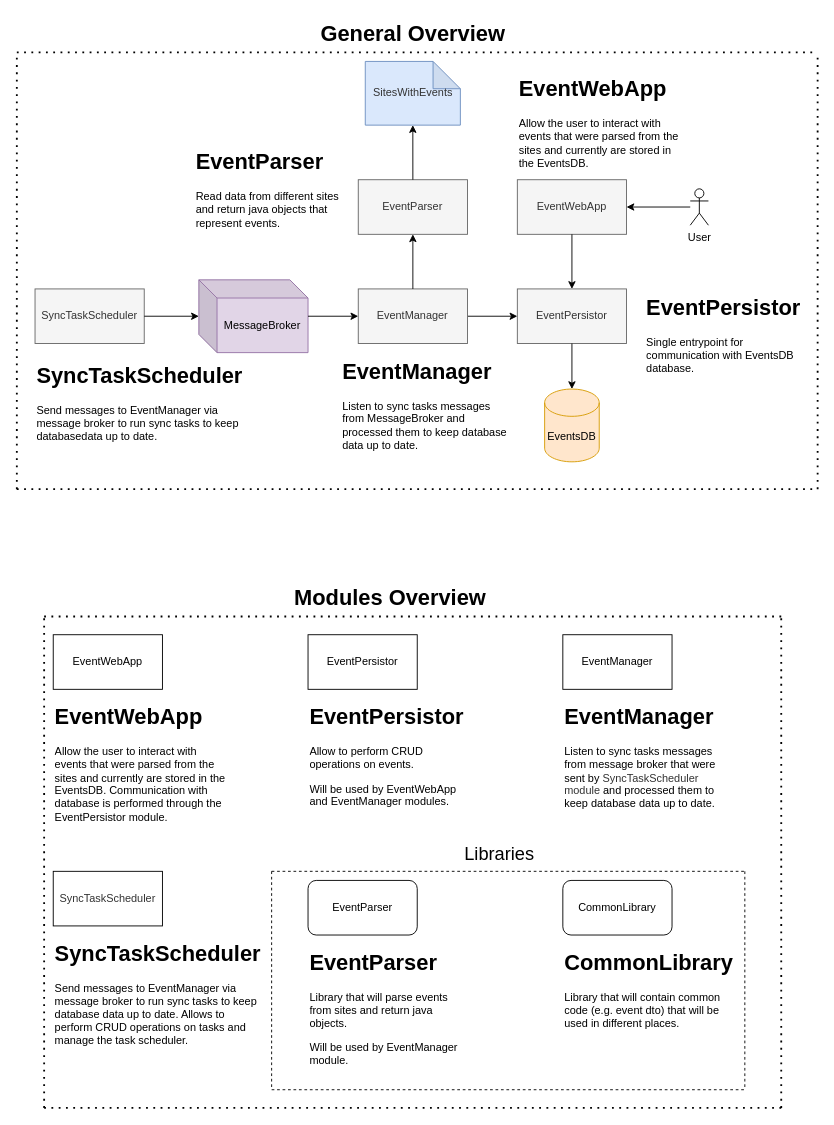
The draw.io diagram page "Project overview" (1 of 5) of documentation/schemes/project-schemes.drawio in Peachex/event-radar, before the edit. Source tidied: cells renumbered, new cells numbered last; positions are measured from the earlier drawing's top-left corner, leaving out a move shared by most shapes. Both pictures are drawn from the tidied source at 91%, with x=0, y=0 at pixel (16, 15).
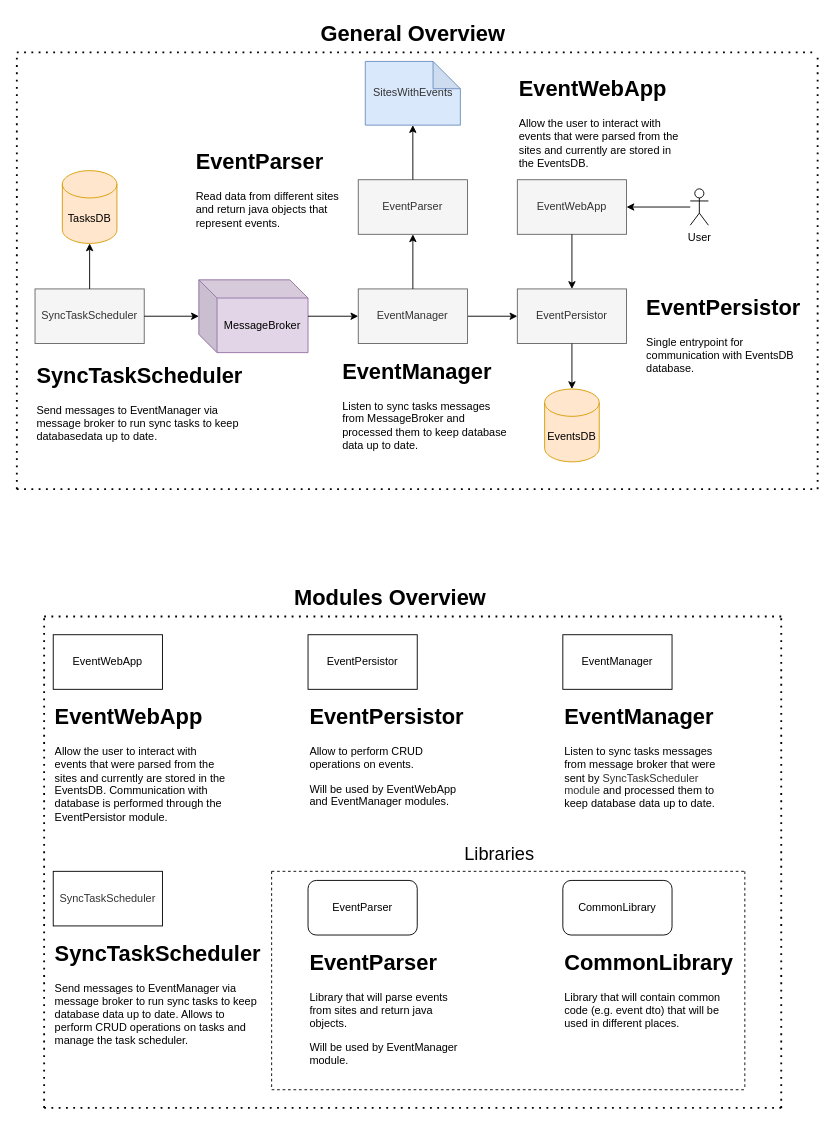
The same page after the edit.

The change refers to these unchanged cells:
```xml
<mxCell id="4" value="SyncTaskScheduler" style="rounded=0;whiteSpace=wrap;html=1;fillColor=#f5f5f5;fontColor=#333333;strokeColor=#666666;" parent="1" vertex="1">
  <mxGeometry x="20" y="300" width="120" height="60" as="geometry" />
</mxCell>
```

Change to the diagram source:
```diff
@@
+    <mxCell id="51" value="TasksDB" style="shape=cylinder3;whiteSpace=wrap;html=1;boundedLbl=1;backgroundOutline=1;size=15;fillColor=#ffe6cc;strokeColor=#d79b00;" parent="1" vertex="1">
+      <mxGeometry x="50" y="170" width="60" height="80" as="geometry" />
+    </mxCell>
+    <mxCell id="52" style="endArrow=classic;html=1;rounded=0;entryX=0.5;entryY=1;entryDx=0;entryDy=0;entryPerimeter=0;" parent="1" edge="1" source="4" target="51">
+      <mxGeometry relative="1" as="geometry" />
+    </mxCell>
```
